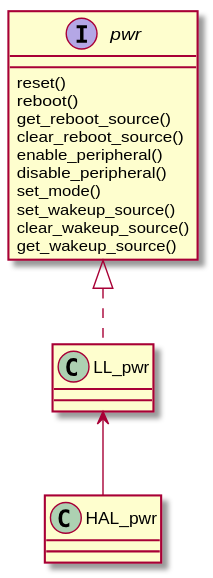
Earlier version of the PlantUML export docs/source/assets/images/pwr.svg (onkwon/halmcu). The source it was exported from:
```plantuml
@startuml
interface pwr {
	reset()
	reboot()
	get_reboot_source()
	clear_reboot_source()
	enable_peripheral()
	disable_peripheral()
	set_mode()
	set_wakeup_source()
	clear_wakeup_source()
	get_wakeup_source()
}

class LL_pwr {
}

class HAL_pwr {
}

pwr <|.. LL_pwr
LL_pwr <-- HAL_pwr
@enduml
```
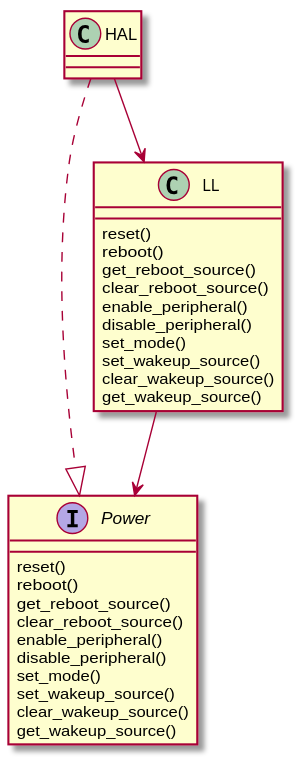
After the commit.

What changed in the source:
```diff
@@ -1,5 +1,5 @@
 @startuml
-interface pwr {
+interface Power {
 	reset()
 	reboot()
 	get_reboot_source()
@@ -12,12 +12,23 @@
 	get_wakeup_source()
 }
 
-class LL_pwr {
+class LL {
+	reset()
+	reboot()
+	get_reboot_source()
+	clear_reboot_source()
+	enable_peripheral()
+	disable_peripheral()
+	set_mode()
+	set_wakeup_source()
+	clear_wakeup_source()
+	get_wakeup_source()
 }
 
-class HAL_pwr {
+class HAL {
 }
 
-pwr <|.. LL_pwr
-LL_pwr <-- HAL_pwr
+HAL ..|> Power
+HAL --> LL
+LL --> Power
 @enduml
```
